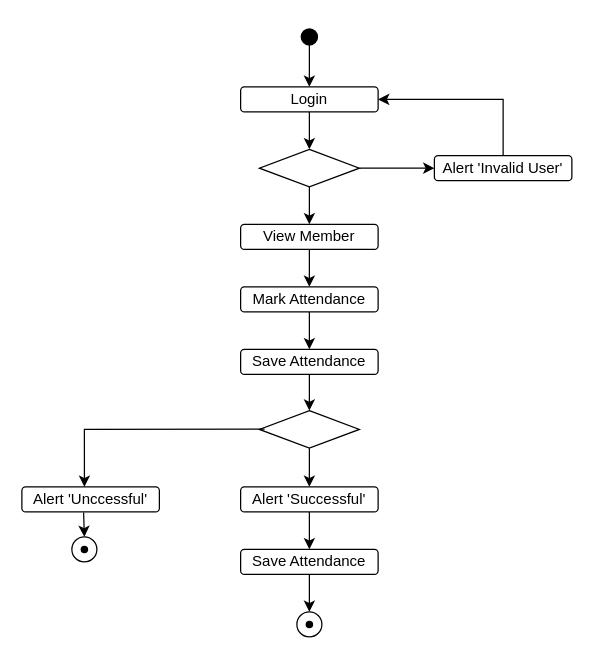
Earlier version of the draw.io diagram SE/Activity_Diagram_Trainer.drawio (harmik09/B.tech). Source tidied: cells renumbered, new cells numbered last; positions are measured from the earlier drawing's top-left corner, leaving out a move shared by most shapes. Both pictures are drawn from the tidied source at 125%, with x=0, y=0 at pixel (21, 24).
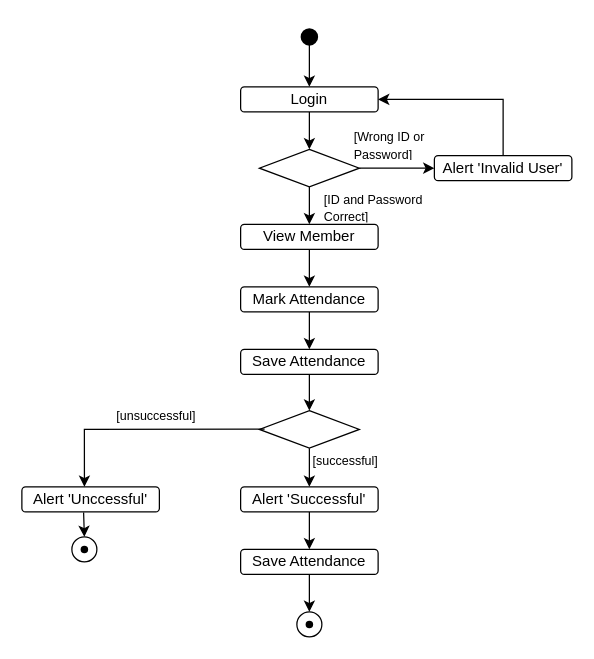
Above is the later version.

Change to the diagram source:
```diff
@@
+    <mxCell id="30" value="&lt;font style=&quot;font-size: 10px;&quot;&gt;[Wrong ID or Password]&lt;/font&gt;" style="text;strokeColor=none;fillColor=none;align=left;verticalAlign=middle;spacingLeft=4;spacingRight=4;overflow=hidden;whiteSpace=wrap;html=1;" parent="1" vertex="1">
+      <mxGeometry x="260" y="80" width="90" height="30" as="geometry" />
+    </mxCell>
+    <mxCell id="31" value="&lt;font style=&quot;font-size: 10px;&quot;&gt;[ID and Password Correct]&lt;/font&gt;" style="text;strokeColor=none;fillColor=none;align=left;verticalAlign=middle;spacingLeft=4;spacingRight=4;overflow=hidden;whiteSpace=wrap;html=1;" parent="1" vertex="1">
+      <mxGeometry x="236" y="130" width="90" height="30" as="geometry" />
+    </mxCell>
+    <mxCell id="32" value="&lt;font style=&quot;font-size: 10px;&quot;&gt;[successful]&lt;/font&gt;" style="text;strokeColor=none;fillColor=none;align=left;verticalAlign=middle;spacingLeft=4;spacingRight=4;overflow=hidden;whiteSpace=wrap;html=1;" parent="1" vertex="1">
+      <mxGeometry x="227" y="334" width="70" height="30" as="geometry" />
+    </mxCell>
+    <mxCell id="33" value="&lt;font style=&quot;font-size: 10px;&quot;&gt;[unsuccessful]&lt;/font&gt;" style="text;strokeColor=none;fillColor=none;align=left;verticalAlign=middle;spacingLeft=4;spacingRight=4;overflow=hidden;whiteSpace=wrap;html=1;" parent="1" vertex="1">
+      <mxGeometry x="70" y="298" width="80" height="30" as="geometry" />
+    </mxCell>
```
